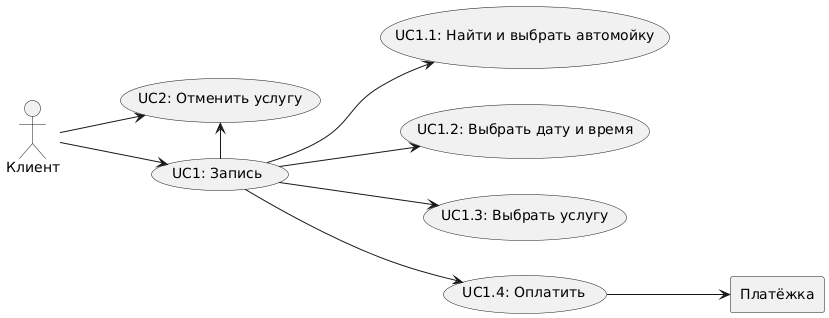
The PlantUML diagram usecase.png in Meyson17/IIS, before a commit.
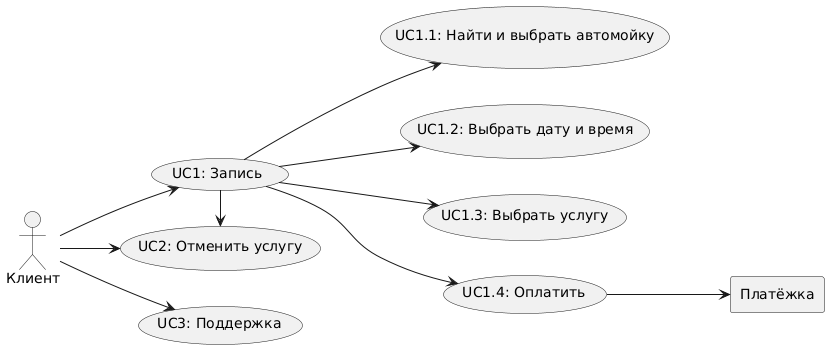
The same diagram one commit later.

The edit, as a diff of the source:
```diff
@@ -9,10 +9,12 @@
 	usecase "UC1.3: Выбрать услугу" as UC4
 	usecase "UC1.4: Оплатить" as UC6
 	usecase "UC2: Отменить услугу" as UC7
+	usecase "UC3: Поддержка" as UC8
 
 fc --> UC1
 fc --> UC7
-UC7 <- UC1
+fc --> UC8
+UC1 -> UC7
 UC1 --> UC2
 UC1 --> UC3
 UC1 --> UC4
```
